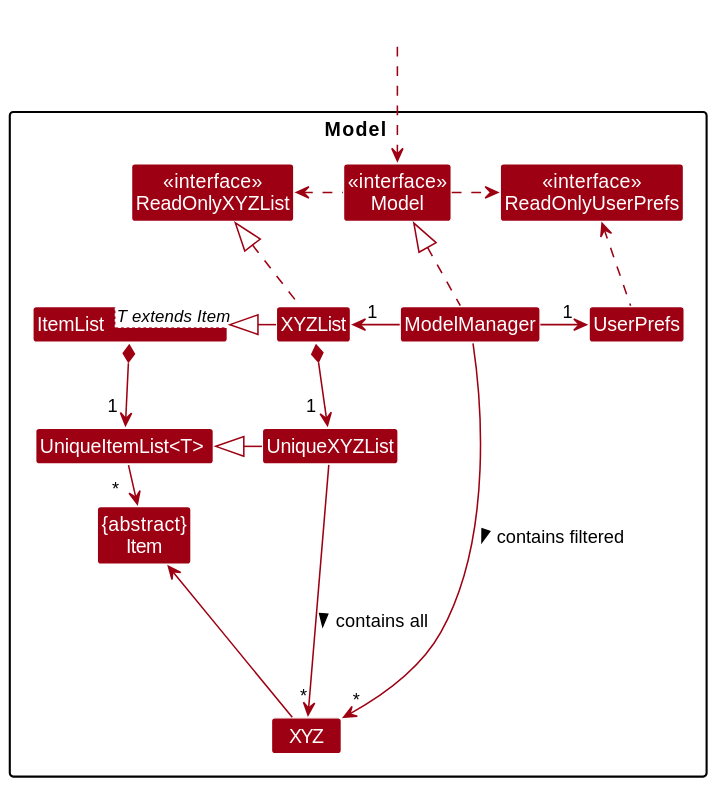
This is docs/images/ModelClassDiagram.svg from nus-cs2103-AY2223S2/tp, a PlantUML export, as it was before one commit. Its diagram source:
```plantuml
@startuml
!include style.puml
skinparam arrowThickness 1.1
skinparam arrowColor MODEL_COLOR
skinparam classBackgroundColor MODEL_COLOR

top to bottom direction

package "Model " {
Class "<<interface>>\nReadOnlyXYZList" as ReadOnlyXYZList
Class "<<interface>>\nReadOnlyUserPrefs" as ReadOnlyUserPrefs
Class "<<interface>>\nModel" as Model
Class XYZList
Class ModelManager
Class UserPrefs
Class UniqueXYZList
Class XYZ
Class "{abstract}\nItem" as Item
Class ItemList<T extends Item>
Class "UniqueItemList<T> " as UniqueItemList
}

Class HiddenOutside #FFFFFF
HiddenOutside ..> Model

ModelManager ..u|> Model
Model ..r> ReadOnlyUserPrefs
Model ..l> ReadOnlyXYZList
ModelManager --l> " 1" XYZList
ModelManager --r> "1 " UserPrefs
UserPrefs ..u> ReadOnlyUserPrefs

XYZList ..u|> ReadOnlyXYZList
XYZList *--d> "         1" UniqueXYZList
UniqueXYZList --> "*" XYZ : contains all >

ModelManager ----> "*" XYZ : contains filtered >

ItemList *-d> "1 " UniqueItemList
UniqueItemList -d> "              *" Item

UniqueXYZList --l|> UniqueItemList
XYZList --l|> ItemList
XYZ --l> Item
@enduml
```
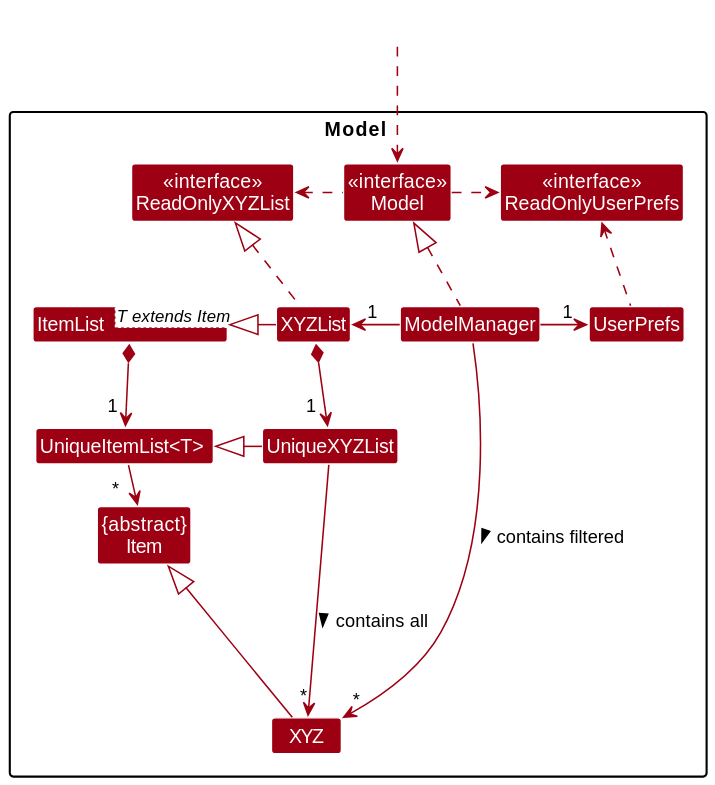
Above is the later version.

Diff of the diagram source:
```diff
@@ -41,5 +41,5 @@
 
 UniqueXYZList --l|> UniqueItemList
 XYZList --l|> ItemList
-XYZ --l> Item
+XYZ --l|> Item
 @enduml
```
